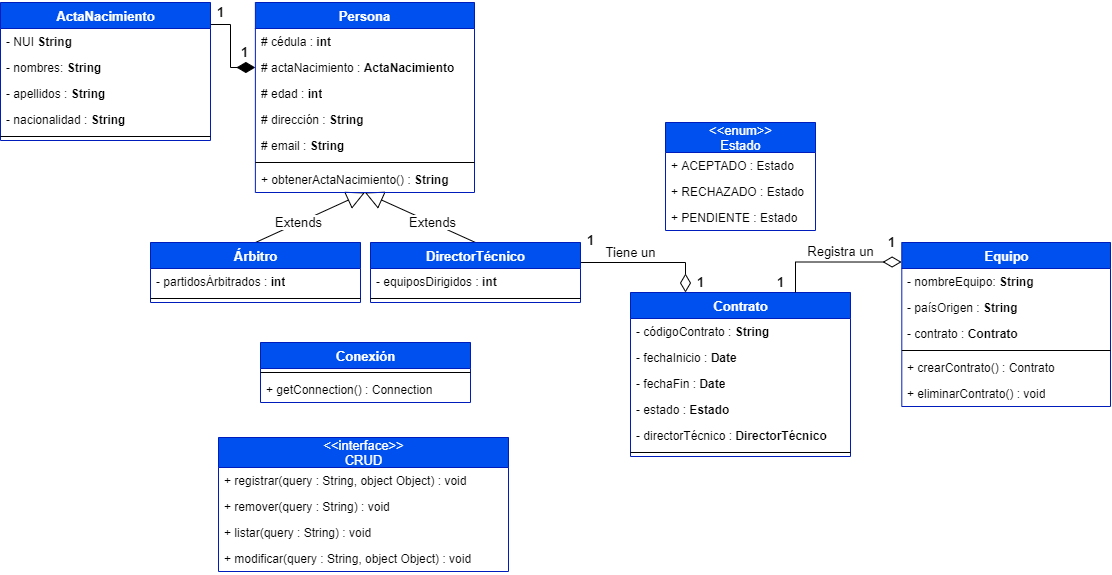
Rystron2007/Construccion keeps this draw.io diagram as Diagrama de Clases/Diagramas.png. Above is the earlier version. Source tidied: cells renumbered, new cells last; positions are measured from the earlier drawing's top-left corner, leaving out a move shared by most shapes.
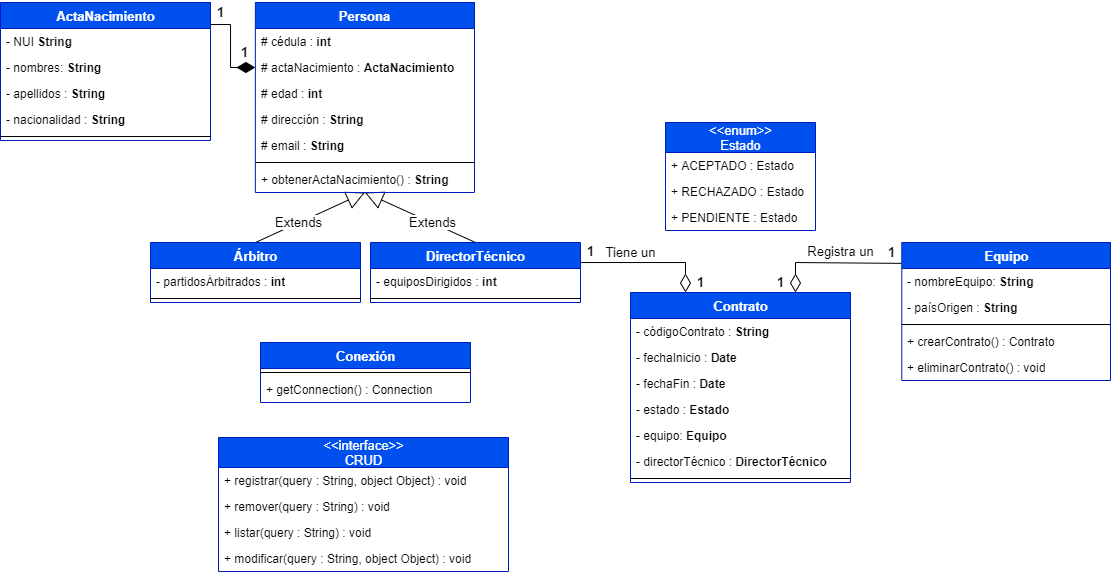
The same diagram one commit later.

What changed in the source:
```diff
@@ -76,7 +76,7 @@
       <mxGeometry x="870" y="240" width="240" height="112" as="geometry" />
     </mxCell>
     <mxCell id="24" value="Equipo" style="swimlane;fontStyle=1;align=center;verticalAlign=top;horizontal=1;startSize=26;fontSize=13;fillColor=#0050ef;strokeColor=#001DBC;fontColor=#ffffff;html=1;" parent="23" vertex="1">
-      <mxGeometry x="31.3" width="208.7" height="164" as="geometry" />
+      <mxGeometry x="31.3" width="208.7" height="138" as="geometry" />
     </mxCell>
     <mxCell id="25" value="- nombreEquipo: &lt;b&gt;String&lt;/b&gt;" style="text;strokeColor=none;fillColor=none;align=left;verticalAlign=top;spacingLeft=4;spacingRight=4;overflow=hidden;html=1;" parent="24" vertex="1">
       <mxGeometry y="26" width="208.7" height="26" as="geometry" />
@@ -84,20 +84,17 @@
     <mxCell id="26" value="- paísOrigen :&amp;nbsp;&lt;b&gt;String&lt;/b&gt;" style="text;strokeColor=none;fillColor=none;align=left;verticalAlign=top;spacingLeft=4;spacingRight=4;overflow=hidden;html=1;" parent="24" vertex="1">
       <mxGeometry y="52" width="208.7" height="26" as="geometry" />
     </mxCell>
-    <mxCell id="27" value="- contrato :&amp;nbsp;&lt;b&gt;Contrato&lt;/b&gt;" style="text;strokeColor=none;fillColor=none;align=left;verticalAlign=top;spacingLeft=4;spacingRight=4;overflow=hidden;html=1;" parent="24" vertex="1">
-      <mxGeometry y="78" width="208.7" height="26" as="geometry" />
-    </mxCell>
     <mxCell id="28" style="line;strokeWidth=1;fillColor=none;align=left;verticalAlign=middle;spacingTop=-1;spacingLeft=3;spacingRight=3;labelPosition=right;" parent="24" vertex="1">
-      <mxGeometry y="104" width="208.7" height="8" as="geometry" />
+      <mxGeometry y="78" width="208.7" height="8" as="geometry" />
     </mxCell>
     <mxCell id="29" value="+ crearContrato() : Contrato" style="text;strokeColor=none;fillColor=none;align=left;verticalAlign=top;spacingLeft=4;spacingRight=4;overflow=hidden;html=1;" parent="24" vertex="1">
-      <mxGeometry y="112" width="208.7" height="26" as="geometry" />
+      <mxGeometry y="86" width="208.7" height="26" as="geometry" />
     </mxCell>
     <mxCell id="30" value="+ eliminarContrato() : void" style="text;strokeColor=none;fillColor=none;align=left;verticalAlign=top;spacingLeft=4;spacingRight=4;overflow=hidden;html=1;" parent="24" vertex="1">
-      <mxGeometry y="138" width="208.7" height="26" as="geometry" />
+      <mxGeometry y="112" width="208.7" height="26" as="geometry" />
     </mxCell>
     <mxCell id="31" value="1" style="text;html=1;align=center;verticalAlign=middle;fontSize=13;fontStyle=1;" parent="23" vertex="1">
-      <mxGeometry x="11.3" y="-10" width="20" height="20" as="geometry" />
+      <mxGeometry x="11.3" width="20" height="20" as="geometry" />
     </mxCell>
     <mxCell id="32" value="Árbitro" style="swimlane;fontStyle=1;align=center;verticalAlign=top;horizontal=1;startSize=26;fontSize=13;fillColor=#0050ef;strokeColor=#001DBC;fontColor=#ffffff;html=1;" parent="1" vertex="1">
       <mxGeometry x="150" y="240" width="210" height="60" as="geometry" />
@@ -138,7 +135,7 @@
       <mxGeometry y="82" width="150" height="26" as="geometry" />
     </mxCell>
     <mxCell id="43" value="Contrato" style="swimlane;fontStyle=1;align=center;verticalAlign=top;horizontal=1;startSize=26;fontSize=13;fillColor=#0050ef;strokeColor=#001DBC;fontColor=#ffffff;html=1;" parent="1" vertex="1">
-      <mxGeometry x="630" y="290" width="220" height="164" as="geometry" />
+      <mxGeometry x="630" y="290" width="220" height="190" as="geometry" />
     </mxCell>
     <mxCell id="44" value="- códigoContrato : &lt;b&gt;String&lt;/b&gt;" style="text;strokeColor=none;fillColor=none;align=left;verticalAlign=top;spacingLeft=4;spacingRight=4;overflow=hidden;html=1;" parent="43" vertex="1">
       <mxGeometry y="26" width="220" height="26" as="geometry" />
@@ -152,17 +149,20 @@
     <mxCell id="47" value="- estado : &lt;b&gt;Estado&lt;/b&gt;" style="text;strokeColor=none;fillColor=none;align=left;verticalAlign=top;spacingLeft=4;spacingRight=4;overflow=hidden;html=1;" parent="43" vertex="1">
       <mxGeometry y="104" width="220" height="26" as="geometry" />
     </mxCell>
+    <mxCell id="65" value="- equipo: &lt;b&gt;Equipo&lt;/b&gt;" style="text;strokeColor=none;fillColor=none;align=left;verticalAlign=top;spacingLeft=4;spacingRight=4;overflow=hidden;html=1;" parent="43" vertex="1">
+      <mxGeometry y="130" width="220" height="26" as="geometry" />
+    </mxCell>
     <mxCell id="48" value="- directorTécnico : &lt;b&gt;DirectorTécnico&lt;/b&gt;" style="text;strokeColor=none;fillColor=none;align=left;verticalAlign=top;spacingLeft=4;spacingRight=4;overflow=hidden;html=1;" parent="43" vertex="1">
-      <mxGeometry y="130" width="220" height="26" as="geometry" />
+      <mxGeometry y="156" width="220" height="26" as="geometry" />
     </mxCell>
     <mxCell id="49" style="line;strokeWidth=1;fillColor=none;align=left;verticalAlign=middle;spacingTop=-1;spacingLeft=3;spacingRight=3;labelPosition=right;" parent="43" vertex="1">
-      <mxGeometry y="156" width="220" height="8" as="geometry" />
+      <mxGeometry y="182" width="220" height="8" as="geometry" />
     </mxCell>
     <mxCell id="50" value="Tiene un" style="text;html=1;align=center;verticalAlign=middle;fontSize=13;" parent="1" vertex="1">
       <mxGeometry x="595" y="240" width="70" height="20" as="geometry" />
     </mxCell>
     <mxCell id="51" value="1" style="text;html=1;align=center;verticalAlign=middle;fontSize=13;fontStyle=1;" parent="1" vertex="1">
-      <mxGeometry x="580" y="228" width="20" height="20" as="geometry" />
+      <mxGeometry x="580" y="239" width="20" height="20" as="geometry" />
     </mxCell>
     <mxCell id="52" value="1" style="text;html=1;align=center;verticalAlign=middle;fontSize=13;fontStyle=1;" parent="1" vertex="1">
       <mxGeometry x="690" y="270" width="20" height="20" as="geometry" />
@@ -173,9 +173,10 @@
     <mxCell id="54" value="Registra un" style="text;html=1;align=center;verticalAlign=middle;fontSize=13;" parent="1" vertex="1">
       <mxGeometry x="800" y="239" width="80" height="20" as="geometry" />
     </mxCell>
-    <mxCell id="55" style="edgeStyle=orthogonalEdgeStyle;rounded=0;jettySize=auto;html=1;exitX=-0.001;exitY=0.119;exitDx=0;exitDy=0;startSize=16;endArrow=none;endFill=0;endSize=16;fontSize=13;startArrow=diamondThin;startFill=0;entryX=0.75;entryY=0;entryDx=0;entryDy=0;exitPerimeter=0;" parent="1" edge="1" source="24" target="43">
+    <mxCell id="55" style="edgeStyle=orthogonalEdgeStyle;rounded=0;jettySize=auto;html=1;exitX=-0.003;exitY=0.151;exitDx=0;exitDy=0;startSize=16;endArrow=diamondThin;endFill=0;endSize=16;fontSize=13;startArrow=none;startFill=0;entryX=0.75;entryY=0;entryDx=0;entryDy=0;exitPerimeter=0;" parent="1" edge="1" source="24" target="43">
       <mxGeometry relative="1" as="geometry">
         <Array as="points">
+          <mxPoint x="890" y="261" />
           <mxPoint x="795" y="260" />
         </Array>
       </mxGeometry>
```
